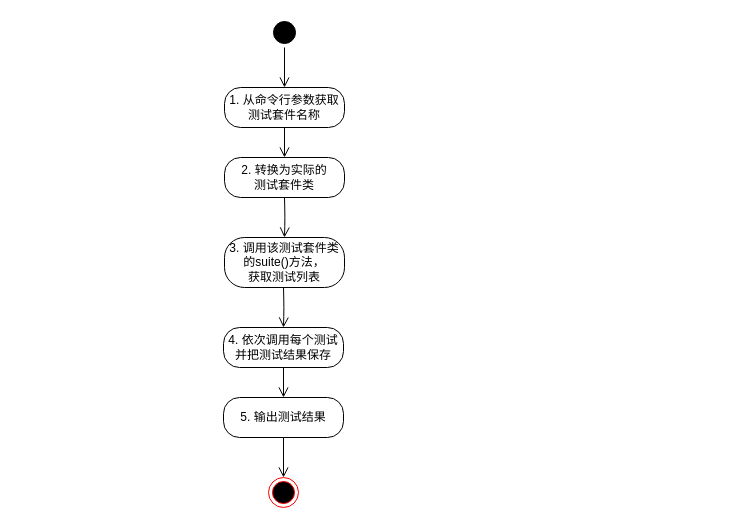
gangz/lean-programming-drawing keeps this draw.io diagram as page "Page-1" (1 of 2) of draw.io/Untitled Diagram.drawio. Above is the earlier version. Source tidied: cells renumbered, new cells numbered last; positions are measured from the earlier drawing's top-left corner, leaving out a move shared by most shapes. Both pictures are drawn from the tidied source at 100%, with x=0, y=0 at pixel (223, 17).
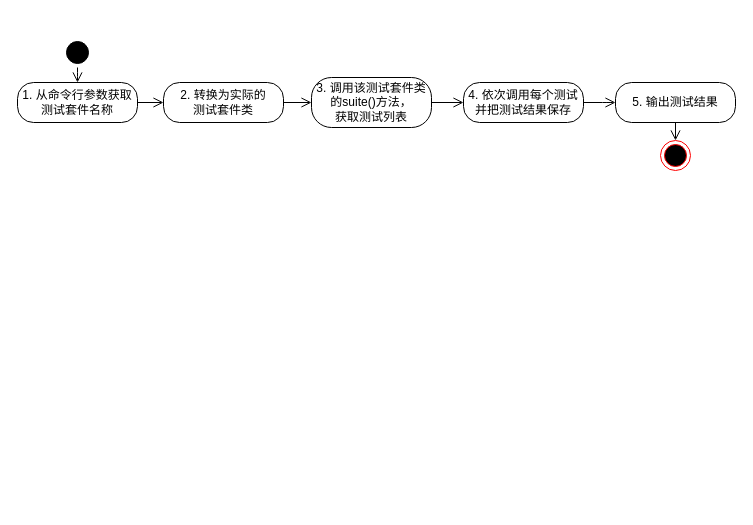
After the change.

Diff of the diagram source:
```diff
@@
 <mxGraphModel>
   <root>
     <mxCell id="0" />
     <mxCell id="1" parent="0" />
     <mxCell id="2" style="ellipse;html=1;shape=startState;fillColor=#000000;strokeColor=#000000;fontFamily=SimSun;" parent="1" vertex="1">
-      <mxGeometry x="46" width="30" height="30" as="geometry" />
+      <mxGeometry x="-161" y="20" width="30" height="30" as="geometry" />
     </mxCell>
     <mxCell id="3" style="edgeStyle=orthogonalEdgeStyle;html=1;verticalAlign=bottom;endArrow=open;endSize=8;strokeColor=#000000;entryX=0.5;entryY=0;entryDx=0;entryDy=0;fontFamily=SimSun;" parent="1" edge="1" source="2" target="4">
-      <mxGeometry relative="1" as="geometry">
-        <Array as="points">
-          <mxPoint x="61" y="30" />
-          <mxPoint x="61" y="30" />
-        </Array>
-      </mxGeometry>
+      <mxGeometry relative="1" as="geometry" />
     </mxCell>
     <mxCell id="4" value="1. 从命令行参数获取&lt;br&gt;测试套件名称&lt;br&gt;" style="rounded=1;whiteSpace=wrap;html=1;arcSize=40;fontColor=#000000;fillColor=#FFFFFF;strokeColor=#000000;fontFamily=SimSun;" parent="1" vertex="1">
-      <mxGeometry x="1" y="70" width="120" height="40" as="geometry" />
+      <mxGeometry x="-206" y="65" width="120" height="40" as="geometry" />
     </mxCell>
-    <mxCell id="5" style="edgeStyle=orthogonalEdgeStyle;html=1;verticalAlign=bottom;endArrow=open;endSize=8;strokeColor=#000000;entryX=0.5;entryY=0;entryDx=0;entryDy=0;fontFamily=SimSun;" parent="1" edge="1" source="4" target="6">
+    <mxCell id="5" style="edgeStyle=orthogonalEdgeStyle;html=1;verticalAlign=bottom;endArrow=open;endSize=8;strokeColor=#000000;entryX=0;entryY=0.5;entryDx=0;entryDy=0;fontFamily=SimSun;" parent="1" edge="1" source="4" target="6">
       <mxGeometry relative="1" as="geometry" />
     </mxCell>
     <mxCell id="6" value="2. 转换为实际的&lt;br&gt;测试套件类&lt;br&gt;" style="rounded=1;whiteSpace=wrap;html=1;arcSize=40;fontColor=#000000;fillColor=#FFFFFF;strokeColor=#000000;fontFamily=SimSun;" parent="1" vertex="1">
-      <mxGeometry x="1" y="140" width="120" height="40" as="geometry" />
+      <mxGeometry x="-60" y="65" width="120" height="40" as="geometry" />
     </mxCell>
     <mxCell id="7" value="3. 调用该测试套件类&lt;br&gt;的suite()方法，&lt;br&gt;获取测试列表&lt;br&gt;" style="rounded=1;whiteSpace=wrap;html=1;arcSize=40;fontColor=#000000;fillColor=#FFFFFF;strokeColor=#000000;fontFamily=SimSun;" parent="1" vertex="1">
-      <mxGeometry x="1" y="220" width="120" height="50" as="geometry" />
+      <mxGeometry x="88" y="60" width="120" height="50" as="geometry" />
     </mxCell>
-    <mxCell id="8" style="edgeStyle=orthogonalEdgeStyle;html=1;verticalAlign=bottom;endArrow=open;endSize=8;strokeColor=#000000;entryX=0.5;entryY=0;entryDx=0;entryDy=0;fontFamily=SimSun;" parent="1" edge="1" target="7">
-      <mxGeometry relative="1" as="geometry">
-        <mxPoint x="61" y="180" as="sourcePoint" />
-      </mxGeometry>
+    <mxCell id="8" style="edgeStyle=orthogonalEdgeStyle;html=1;verticalAlign=bottom;endArrow=open;endSize=8;strokeColor=#000000;entryX=0;entryY=0.5;entryDx=0;entryDy=0;fontFamily=SimSun;exitX=1;exitY=0.5;exitDx=0;exitDy=0;" parent="1" edge="1" source="6" target="7">
+      <mxGeometry relative="1" as="geometry" />
     </mxCell>
     <mxCell id="9" value="4. 依次调用每个测试&lt;br&gt;并把测试结果保存&lt;br&gt;" style="rounded=1;whiteSpace=wrap;html=1;arcSize=40;fontColor=#000000;fillColor=#FFFFFF;strokeColor=#000000;fontFamily=SimSun;" parent="1" vertex="1">
-      <mxGeometry y="310" width="120" height="40" as="geometry" />
+      <mxGeometry x="240" y="65" width="120" height="40" as="geometry" />
     </mxCell>
     <mxCell id="10" style="ellipse;html=1;shape=endState;fillColor=#000000;strokeColor=#ff0000;fontFamily=SimSun;" parent="1" vertex="1">
-      <mxGeometry x="45" y="460" width="30" height="30" as="geometry" />
+      <mxGeometry x="437" y="123" width="30" height="30" as="geometry" />
     </mxCell>
-    <mxCell id="11" style="edgeStyle=orthogonalEdgeStyle;html=1;verticalAlign=bottom;endArrow=open;endSize=8;strokeColor=#000000;fontFamily=SimSun;" parent="1" edge="1" target="9">
-      <mxGeometry relative="1" as="geometry">
-        <mxPoint x="60" y="270" as="sourcePoint" />
-      </mxGeometry>
+    <mxCell id="11" style="edgeStyle=orthogonalEdgeStyle;html=1;verticalAlign=bottom;endArrow=open;endSize=8;strokeColor=#000000;fontFamily=SimSun;exitX=1;exitY=0.5;exitDx=0;exitDy=0;" parent="1" edge="1" source="7" target="9">
+      <mxGeometry relative="1" as="geometry" />
     </mxCell>
     <mxCell id="12" style="edgeStyle=orthogonalEdgeStyle;html=1;verticalAlign=bottom;endArrow=open;endSize=8;strokeColor=#000000;exitX=0.5;exitY=1;exitDx=0;exitDy=0;entryX=0.5;entryY=0;entryDx=0;entryDy=0;fontFamily=SimSun;" parent="1" edge="1" source="13" target="10">
       <mxGeometry relative="1" as="geometry" />
     </mxCell>
     <mxCell id="13" value="5. 输出测试结果&lt;br&gt;" style="rounded=1;whiteSpace=wrap;html=1;arcSize=40;fontColor=#000000;fillColor=#FFFFFF;strokeColor=#000000;fontFamily=SimSun;" parent="1" vertex="1">
-      <mxGeometry y="380" width="120" height="40" as="geometry" />
+      <mxGeometry x="392" y="65" width="120" height="40" as="geometry" />
     </mxCell>
-    <mxCell id="14" style="edgeStyle=orthogonalEdgeStyle;html=1;verticalAlign=bottom;endArrow=open;endSize=8;strokeColor=#000000;exitX=0.5;exitY=1;exitDx=0;exitDy=0;fontFamily=SimSun;" parent="1" edge="1" source="9" target="13">
-      <mxGeometry relative="1" as="geometry" />
+    <mxCell id="14" style="edgeStyle=orthogonalEdgeStyle;html=1;verticalAlign=bottom;endArrow=open;endSize=8;strokeColor=#000000;exitX=1;exitY=0.5;exitDx=0;exitDy=0;fontFamily=SimSun;" parent="1" edge="1" source="9" target="13">
+      <mxGeometry relative="1" as="geometry">
+        <Array as="points">
+          <mxPoint x="389" y="85" />
+          <mxPoint x="389" y="85" />
+        </Array>
+      </mxGeometry>
     </mxCell>
   </root>
 </mxGraphModel>
```
